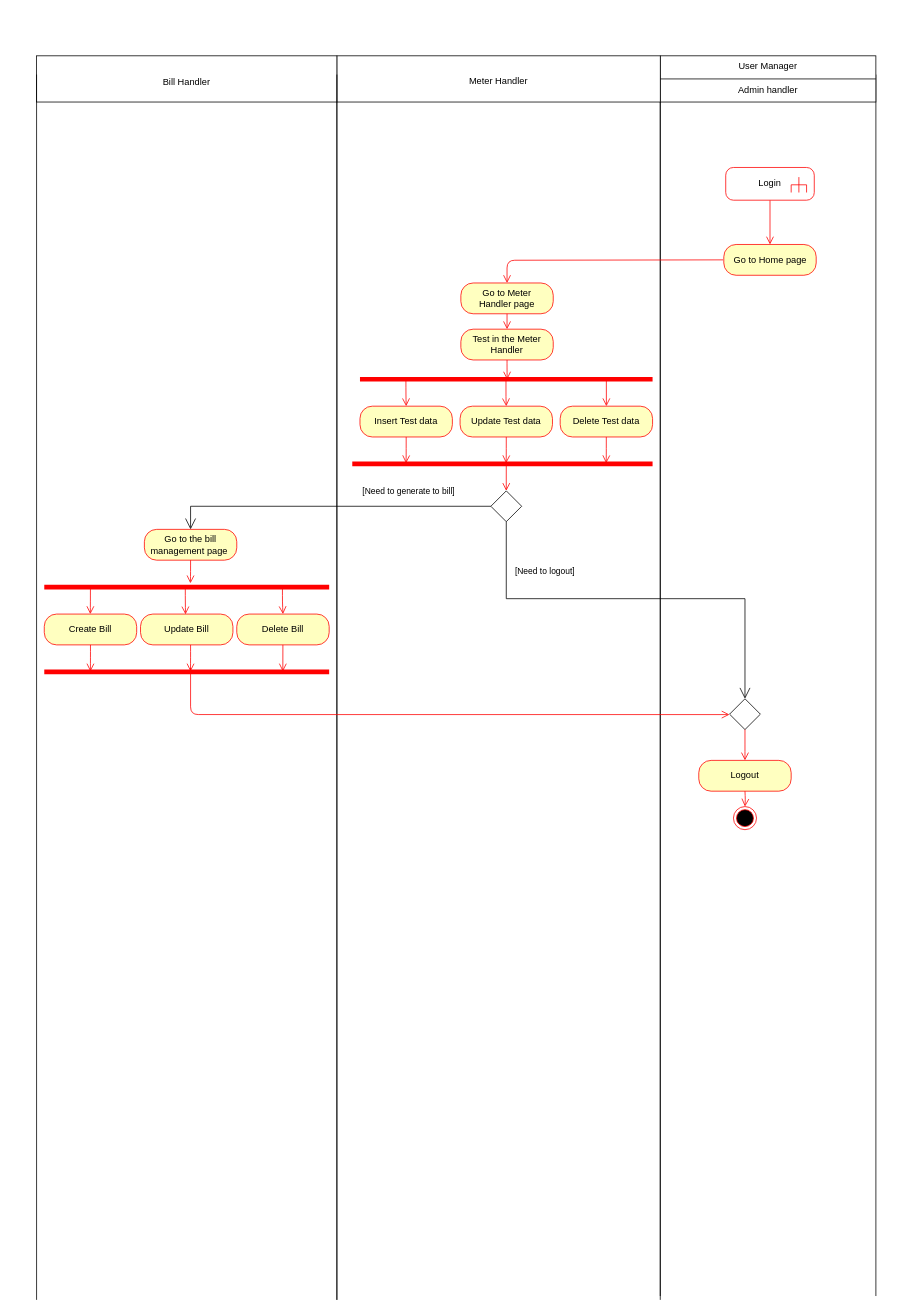
YuchiraJA/PAF-Project-ER-Diagram keeps this draw.io diagram as page "Anusara activity admin" (12 of 37) of PAF ER Diagram.drawio. Above is the earlier version. Source tidied: cells renumbered, new cells numbered last; positions are measured from the earlier drawing's top-left corner, leaving out a move shared by most shapes. Both pictures are drawn from the tidied source at 77%, with x=0, y=0 at pixel (36, 55).
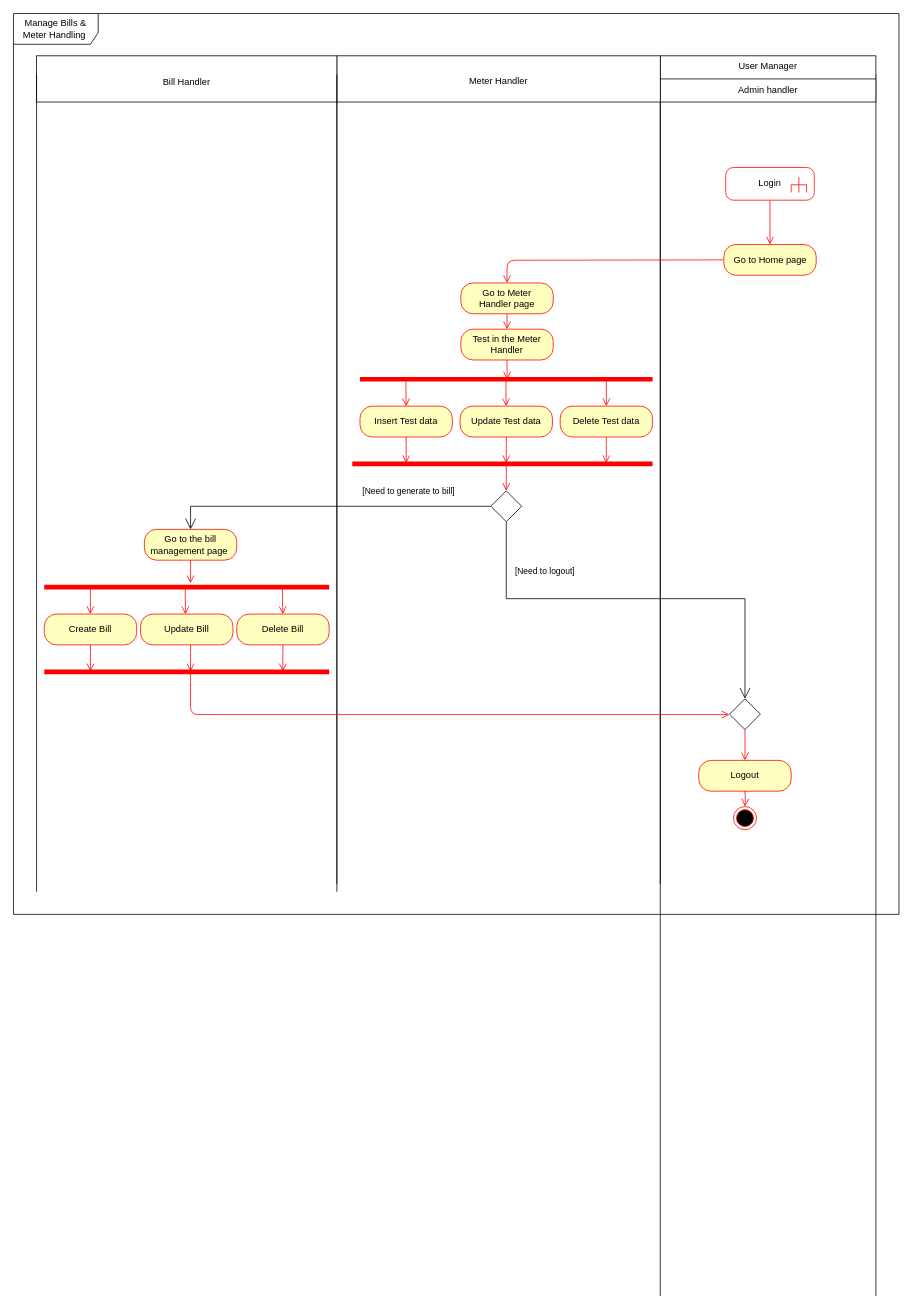
The same diagram, later.

Change to the diagram source:
```diff
@@
     <mxCell id="2" style="shape=partialRectangle;whiteSpace=wrap;html=1;top=0;bottom=0;fillColor=none;" parent="1" vertex="1">
-      <mxGeometry x="390" y="55" width="420" height="1560" as="geometry" />
+      <mxGeometry x="390" y="55" width="420" height="1020" as="geometry" />
     </mxCell>
@@
     <mxCell id="14" style="shape=partialRectangle;whiteSpace=wrap;html=1;top=0;bottom=0;fillColor=none;" parent="1" vertex="1">
-      <mxGeometry y="25" width="390" height="1590" as="geometry" />
+      <mxGeometry y="25" width="390" height="1060" as="geometry" />
     </mxCell>
@@
+    <mxCell id="57" value="Manage Bills &amp;amp; Meter Handling&amp;nbsp;" style="shape=umlFrame;whiteSpace=wrap;html=1;width=110;height=40;" parent="1" vertex="1">
+      <mxGeometry x="-30" y="-55" width="1150" height="1170" as="geometry" />
+    </mxCell>
```
